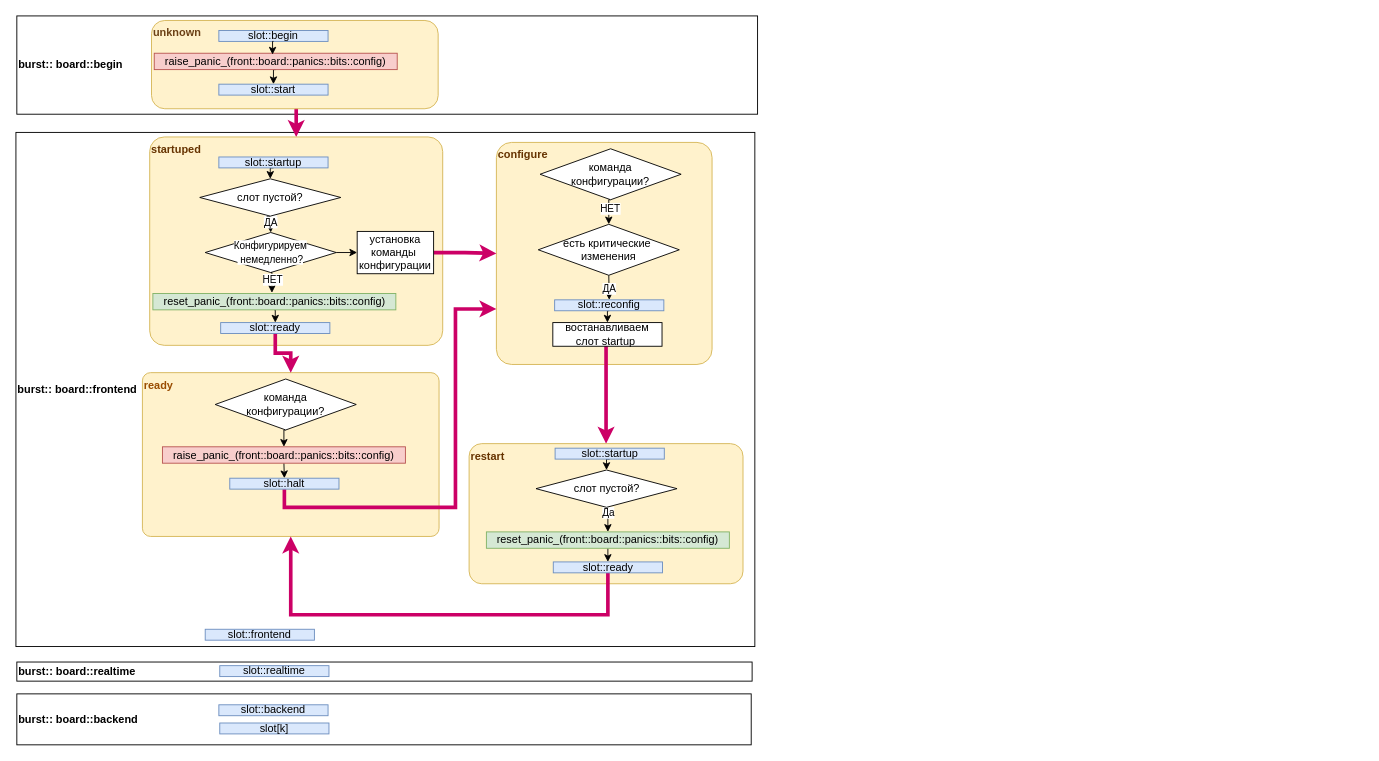
The draw.io diagram content/doc/burst/burst_statuses.drawio in roboscales/robosd-pp, before the edit. Source tidied: cells renumbered, new cells numbered last; positions are measured from the earlier drawing's top-left corner, leaving out a move shared by most shapes. Both pictures are drawn from the tidied source at 91%, with x=0, y=0 at pixel (15, 15).
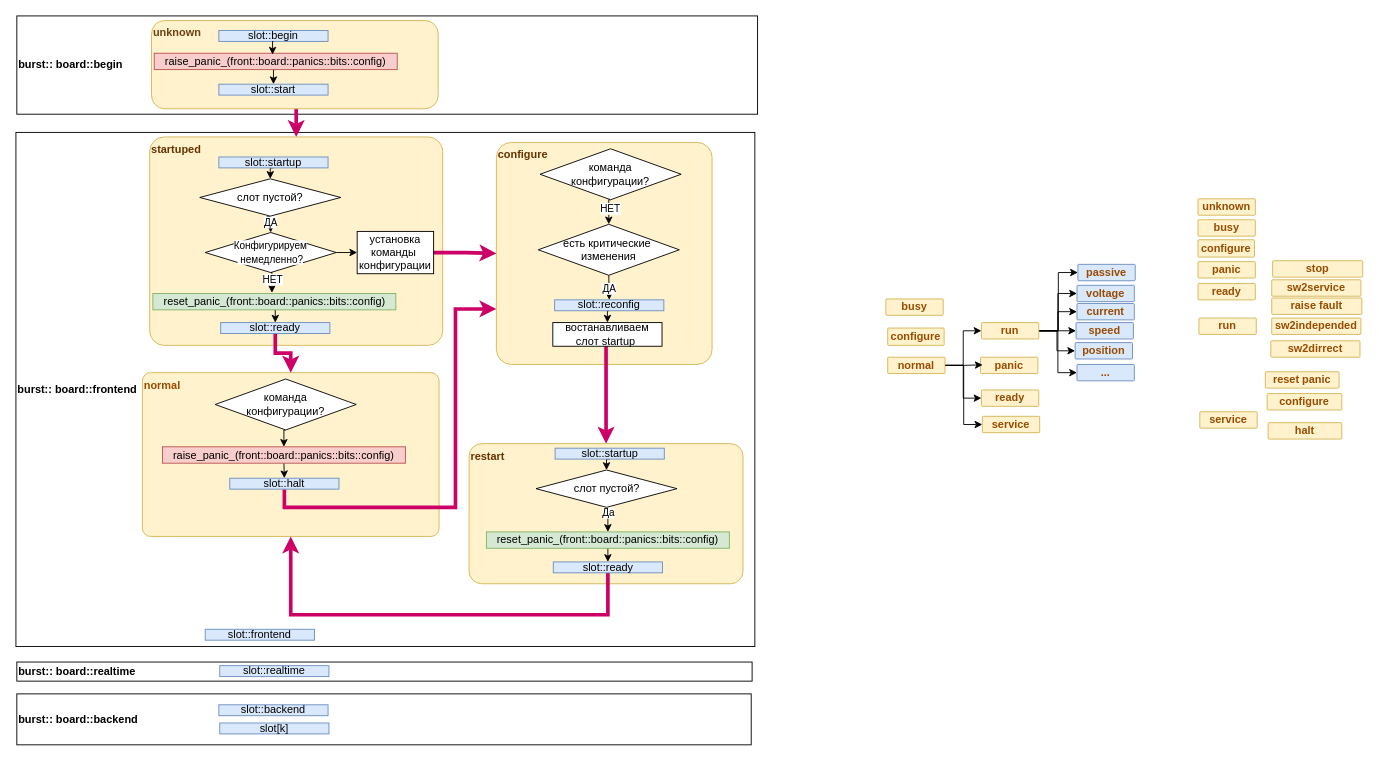
The same diagram, later.

Change to the diagram source:
```diff
@@
-    <mxCell id="20" value="&lt;b&gt;&lt;font style=&quot;color: rgb(153, 76, 0);&quot;&gt;ready&lt;/font&gt;&lt;/b&gt;" style="rounded=1;whiteSpace=wrap;html=1;align=left;verticalAlign=top;fillColor=#fff2cc;strokeColor=#d6b656;arcSize=5;" parent="1" vertex="1">
+    <mxCell id="20" value="&lt;b style=&quot;text-align: center;&quot;&gt;&lt;font style=&quot;color: rgb(153, 76, 0);&quot;&gt;normal&lt;/font&gt;&lt;/b&gt;" style="rounded=1;whiteSpace=wrap;html=1;align=left;verticalAlign=top;fillColor=#fff2cc;strokeColor=#d6b656;arcSize=5;" parent="1" vertex="1">
       <mxGeometry x="139" y="392" width="326" height="180" as="geometry" />
     </mxCell>
@@
+    <mxCell id="62" style="edgeStyle=orthogonalEdgeStyle;rounded=0;jettySize=auto;html=1;exitX=1;exitY=0.5;exitDx=0;exitDy=0;entryX=0;entryY=0.5;entryDx=0;entryDy=0;" parent="1" edge="1" source="65" target="75">
+      <mxGeometry relative="1" as="geometry" />
+    </mxCell>
+    <mxCell id="63" style="edgeStyle=orthogonalEdgeStyle;rounded=0;jettySize=auto;html=1;exitX=1;exitY=0.5;exitDx=0;exitDy=0;entryX=0;entryY=0.5;entryDx=0;entryDy=0;" parent="1" edge="1" source="65" target="88">
+      <mxGeometry relative="1" as="geometry" />
+    </mxCell>
+    <mxCell id="64" style="edgeStyle=orthogonalEdgeStyle;rounded=0;jettySize=auto;html=1;exitX=1;exitY=0.5;exitDx=0;exitDy=0;entryX=0;entryY=0.5;entryDx=0;entryDy=0;" parent="1" edge="1" source="65" target="84">
+      <mxGeometry relative="1" as="geometry" />
+    </mxCell>
+    <mxCell id="65" value="&lt;b&gt;&lt;font style=&quot;color: rgb(153, 76, 0);&quot;&gt;normal&lt;/font&gt;&lt;/b&gt;" style="rounded=1;whiteSpace=wrap;html=1;align=center;verticalAlign=middle;fillColor=#fff2cc;strokeColor=#d6b656;arcSize=5;" parent="1" vertex="1">
+      <mxGeometry x="958" y="375" width="63" height="18" as="geometry" />
+    </mxCell>
+    <mxCell id="66" value="&lt;b&gt;&lt;font style=&quot;color: rgb(153, 76, 0);&quot;&gt;configure&lt;/font&gt;&lt;/b&gt;" style="rounded=1;whiteSpace=wrap;html=1;align=center;verticalAlign=middle;fillColor=#fff2cc;strokeColor=#d6b656;arcSize=5;" parent="1" vertex="1">
+      <mxGeometry x="958" y="343" width="62" height="19" as="geometry" />
+    </mxCell>
+    <mxCell id="67" value="&lt;b&gt;&lt;font style=&quot;color: rgb(153, 76, 0);&quot;&gt;busy&lt;/font&gt;&lt;/b&gt;" style="rounded=1;whiteSpace=wrap;html=1;align=center;verticalAlign=middle;fillColor=#fff2cc;strokeColor=#d6b656;arcSize=5;" parent="1" vertex="1">
+      <mxGeometry x="956" y="311" width="63" height="18" as="geometry" />
+    </mxCell>
+    <mxCell id="68" value="&lt;b&gt;&lt;font style=&quot;color: rgb(153, 76, 0);&quot;&gt;panic&lt;/font&gt;&lt;/b&gt;" style="rounded=1;whiteSpace=wrap;html=1;align=center;verticalAlign=middle;fillColor=#fff2cc;strokeColor=#d6b656;arcSize=5;" parent="1" vertex="1">
+      <mxGeometry x="1060" y="375" width="63" height="18" as="geometry" />
+    </mxCell>
+    <mxCell id="69" style="edgeStyle=orthogonalEdgeStyle;rounded=0;jettySize=auto;html=1;exitX=1;exitY=0.5;exitDx=0;exitDy=0;entryX=0;entryY=0.5;entryDx=0;entryDy=0;" parent="1" edge="1" source="75" target="77">
+      <mxGeometry relative="1" as="geometry" />
+    </mxCell>
+    <mxCell id="70" style="edgeStyle=orthogonalEdgeStyle;rounded=0;jettySize=auto;html=1;exitX=1;exitY=0.5;exitDx=0;exitDy=0;entryX=0;entryY=0.5;entryDx=0;entryDy=0;" parent="1" edge="1" source="75" target="78">
+      <mxGeometry relative="1" as="geometry" />
+    </mxCell>
+    <mxCell id="71" style="edgeStyle=orthogonalEdgeStyle;rounded=0;jettySize=auto;html=1;exitX=1;exitY=0.5;exitDx=0;exitDy=0;entryX=0;entryY=0.5;entryDx=0;entryDy=0;" parent="1" edge="1" source="75" target="79">
+      <mxGeometry relative="1" as="geometry" />
+    </mxCell>
+    <mxCell id="72" style="edgeStyle=orthogonalEdgeStyle;rounded=0;jettySize=auto;html=1;exitX=1;exitY=0.5;exitDx=0;exitDy=0;entryX=0;entryY=0.5;entryDx=0;entryDy=0;" parent="1" edge="1" source="75" target="80">
+      <mxGeometry relative="1" as="geometry" />
+    </mxCell>
+    <mxCell id="73" style="edgeStyle=orthogonalEdgeStyle;rounded=0;jettySize=auto;html=1;exitX=1;exitY=0.5;exitDx=0;exitDy=0;entryX=0;entryY=0.5;entryDx=0;entryDy=0;" parent="1" edge="1" source="75" target="81">
+      <mxGeometry relative="1" as="geometry" />
+    </mxCell>
+    <mxCell id="74" style="edgeStyle=orthogonalEdgeStyle;rounded=0;jettySize=auto;html=1;exitX=1;exitY=0.5;exitDx=0;exitDy=0;entryX=0;entryY=0.5;entryDx=0;entryDy=0;" parent="1" edge="1" source="75" target="83">
+      <mxGeometry relative="1" as="geometry" />
+    </mxCell>
+    <mxCell id="75" value="&lt;b&gt;&lt;font style=&quot;color: rgb(153, 76, 0);&quot;&gt;run&lt;/font&gt;&lt;/b&gt;" style="rounded=1;whiteSpace=wrap;html=1;align=center;verticalAlign=middle;fillColor=#fff2cc;strokeColor=#d6b656;arcSize=5;" parent="1" vertex="1">
+      <mxGeometry x="1061" y="337" width="63" height="18" as="geometry" />
+    </mxCell>
+    <mxCell id="76" style="edgeStyle=orthogonalEdgeStyle;rounded=0;jettySize=auto;html=1;exitX=1;exitY=0.5;exitDx=0;exitDy=0;entryX=0.038;entryY=0.469;entryDx=0;entryDy=0;entryPerimeter=0;" parent="1" edge="1" source="65" target="68">
+      <mxGeometry relative="1" as="geometry" />
+    </mxCell>
+    <mxCell id="77" value="&lt;b&gt;&lt;font style=&quot;color: rgb(153, 76, 0);&quot;&gt;voltage&lt;/font&gt;&lt;/b&gt;" style="rounded=1;whiteSpace=wrap;html=1;align=center;verticalAlign=middle;fillColor=#dae8fc;strokeColor=#6c8ebf;arcSize=5;" parent="1" vertex="1">
+      <mxGeometry x="1166" y="296" width="63" height="18" as="geometry" />
+    </mxCell>
+    <mxCell id="78" value="&lt;b&gt;&lt;font style=&quot;color: rgb(153, 76, 0);&quot;&gt;current&lt;/font&gt;&lt;/b&gt;" style="rounded=1;whiteSpace=wrap;html=1;align=center;verticalAlign=middle;fillColor=#dae8fc;strokeColor=#6c8ebf;arcSize=5;" parent="1" vertex="1">
+      <mxGeometry x="1166" y="316" width="63" height="18" as="geometry" />
+    </mxCell>
+    <mxCell id="79" value="&lt;b&gt;&lt;font style=&quot;color: rgb(153, 76, 0);&quot;&gt;speed&lt;/font&gt;&lt;/b&gt;" style="rounded=1;whiteSpace=wrap;html=1;align=center;verticalAlign=middle;fillColor=#dae8fc;strokeColor=#6c8ebf;arcSize=5;" parent="1" vertex="1">
+      <mxGeometry x="1165" y="337" width="63" height="18" as="geometry" />
+    </mxCell>
+    <mxCell id="80" value="&lt;b&gt;&lt;font style=&quot;color: rgb(153, 76, 0);&quot;&gt;position&lt;/font&gt;&lt;/b&gt;" style="rounded=1;whiteSpace=wrap;html=1;align=center;verticalAlign=middle;fillColor=#dae8fc;strokeColor=#6c8ebf;arcSize=5;" parent="1" vertex="1">
+      <mxGeometry x="1164" y="359" width="63" height="18" as="geometry" />
+    </mxCell>
+    <mxCell id="81" value="&lt;b&gt;&lt;font style=&quot;color: rgb(153, 76, 0);&quot;&gt;...&lt;/font&gt;&lt;/b&gt;" style="rounded=1;whiteSpace=wrap;html=1;align=center;verticalAlign=middle;fillColor=#dae8fc;strokeColor=#6c8ebf;arcSize=5;" parent="1" vertex="1">
+      <mxGeometry x="1166" y="383" width="63" height="18" as="geometry" />
+    </mxCell>
+    <mxCell id="82" value="&lt;b&gt;&lt;font style=&quot;color: rgb(153, 76, 0);&quot;&gt;configure&lt;/font&gt;&lt;/b&gt;" style="rounded=1;whiteSpace=wrap;html=1;align=center;verticalAlign=middle;fillColor=#fff2cc;strokeColor=#d6b656;arcSize=5;" parent="1" vertex="1">
+      <mxGeometry x="1375" y="415" width="82" height="18" as="geometry" />
+    </mxCell>
+    <mxCell id="83" value="&lt;font color=&quot;#994c00&quot;&gt;&lt;b&gt;passive&lt;/b&gt;&lt;/font&gt;" style="rounded=1;whiteSpace=wrap;html=1;align=center;verticalAlign=middle;fillColor=#dae8fc;strokeColor=#6c8ebf;arcSize=5;" parent="1" vertex="1">
+      <mxGeometry x="1167" y="273" width="63" height="18" as="geometry" />
+    </mxCell>
+    <mxCell id="84" value="&lt;font color=&quot;#994c00&quot;&gt;&lt;b&gt;service&lt;/b&gt;&lt;/font&gt;" style="rounded=1;whiteSpace=wrap;html=1;align=center;verticalAlign=middle;fillColor=#fff2cc;strokeColor=#d6b656;arcSize=5;" parent="1" vertex="1">
+      <mxGeometry x="1062" y="440" width="63" height="18" as="geometry" />
+    </mxCell>
+    <mxCell id="85" value="&lt;font color=&quot;#994c00&quot;&gt;&lt;b&gt;sw2service&lt;/b&gt;&lt;/font&gt;" style="rounded=1;whiteSpace=wrap;html=1;align=center;verticalAlign=middle;fillColor=#fff2cc;strokeColor=#d6b656;arcSize=5;" parent="1" vertex="1">
+      <mxGeometry x="1380" y="290" width="98" height="18" as="geometry" />
+    </mxCell>
+    <mxCell id="86" value="&lt;b&gt;&lt;font style=&quot;color: rgb(153, 76, 0);&quot;&gt;stop&lt;/font&gt;&lt;/b&gt;" style="rounded=1;whiteSpace=wrap;html=1;align=center;verticalAlign=middle;fillColor=#fff2cc;strokeColor=#d6b656;arcSize=5;" parent="1" vertex="1">
+      <mxGeometry x="1381" y="269" width="99" height="18" as="geometry" />
+    </mxCell>
+    <mxCell id="87" value="&lt;b&gt;&lt;font style=&quot;color: rgb(153, 76, 0);&quot;&gt;halt&lt;/font&gt;&lt;/b&gt;" style="rounded=1;whiteSpace=wrap;html=1;align=center;verticalAlign=middle;fillColor=#fff2cc;strokeColor=#d6b656;arcSize=5;" parent="1" vertex="1">
+      <mxGeometry x="1376" y="447" width="81" height="18" as="geometry" />
+    </mxCell>
+    <mxCell id="88" value="&lt;b style=&quot;color: rgb(153, 76, 0);&quot;&gt;ready&lt;/b&gt;" style="rounded=1;whiteSpace=wrap;html=1;align=center;verticalAlign=middle;fillColor=#fff2cc;strokeColor=#d6b656;arcSize=5;" parent="1" vertex="1">
+      <mxGeometry x="1061" y="411" width="63" height="18" as="geometry" />
+    </mxCell>
+    <mxCell id="89" value="&lt;b&gt;&lt;font style=&quot;color: rgb(153, 76, 0);&quot;&gt;reset panic&lt;/font&gt;&lt;/b&gt;" style="rounded=1;whiteSpace=wrap;html=1;align=center;verticalAlign=middle;fillColor=#fff2cc;strokeColor=#d6b656;arcSize=5;" parent="1" vertex="1">
+      <mxGeometry x="1373" y="391" width="81" height="18" as="geometry" />
+    </mxCell>
+    <mxCell id="90" value="&lt;b&gt;&lt;font style=&quot;color: rgb(153, 76, 0);&quot;&gt;configure&lt;/font&gt;&lt;/b&gt;" style="rounded=1;whiteSpace=wrap;html=1;align=center;verticalAlign=middle;fillColor=#fff2cc;strokeColor=#d6b656;arcSize=5;" parent="1" vertex="1">
+      <mxGeometry x="1299" y="246" width="62" height="19" as="geometry" />
+    </mxCell>
+    <mxCell id="91" value="&lt;b&gt;&lt;font style=&quot;color: rgb(153, 76, 0);&quot;&gt;panic&lt;/font&gt;&lt;/b&gt;" style="rounded=1;whiteSpace=wrap;html=1;align=center;verticalAlign=middle;fillColor=#fff2cc;strokeColor=#d6b656;arcSize=5;" parent="1" vertex="1">
+      <mxGeometry x="1299" y="270" width="63" height="18" as="geometry" />
+    </mxCell>
+    <mxCell id="92" value="&lt;b&gt;&lt;font style=&quot;color: rgb(153, 76, 0);&quot;&gt;run&lt;/font&gt;&lt;/b&gt;" style="rounded=1;whiteSpace=wrap;html=1;align=center;verticalAlign=middle;fillColor=#fff2cc;strokeColor=#d6b656;arcSize=5;" parent="1" vertex="1">
+      <mxGeometry x="1300" y="332" width="63" height="18" as="geometry" />
+    </mxCell>
+    <mxCell id="93" value="&lt;font color=&quot;#994c00&quot;&gt;&lt;b&gt;service&lt;/b&gt;&lt;/font&gt;" style="rounded=1;whiteSpace=wrap;html=1;align=center;verticalAlign=middle;fillColor=#fff2cc;strokeColor=#d6b656;arcSize=5;" parent="1" vertex="1">
+      <mxGeometry x="1301" y="435" width="63" height="18" as="geometry" />
+    </mxCell>
+    <mxCell id="94" value="&lt;font color=&quot;#994c00&quot;&gt;&lt;b&gt;ready&lt;/b&gt;&lt;/font&gt;" style="rounded=1;whiteSpace=wrap;html=1;align=center;verticalAlign=middle;fillColor=#fff2cc;strokeColor=#d6b656;arcSize=5;" parent="1" vertex="1">
+      <mxGeometry x="1299" y="294" width="63" height="18" as="geometry" />
+    </mxCell>
+    <mxCell id="95" value="&lt;font color=&quot;#994c00&quot;&gt;&lt;b&gt;raise fault&lt;/b&gt;&lt;/font&gt;" style="rounded=1;whiteSpace=wrap;html=1;align=center;verticalAlign=middle;fillColor=#fff2cc;strokeColor=#d6b656;arcSize=5;" parent="1" vertex="1">
+      <mxGeometry x="1380" y="310" width="99" height="18" as="geometry" />
+    </mxCell>
+    <mxCell id="96" value="&lt;font color=&quot;#994c00&quot;&gt;&lt;b&gt;sw2independed&lt;/b&gt;&lt;/font&gt;" style="rounded=1;whiteSpace=wrap;html=1;align=center;verticalAlign=middle;fillColor=#fff2cc;strokeColor=#d6b656;arcSize=5;" parent="1" vertex="1">
+      <mxGeometry x="1380" y="332" width="98" height="18" as="geometry" />
+    </mxCell>
+    <mxCell id="97" value="&lt;font color=&quot;#994c00&quot;&gt;&lt;b&gt;sw2dirrect&lt;/b&gt;&lt;/font&gt;" style="rounded=1;whiteSpace=wrap;html=1;align=center;verticalAlign=middle;fillColor=#fff2cc;strokeColor=#d6b656;arcSize=5;" parent="1" vertex="1">
+      <mxGeometry x="1379" y="357" width="98" height="18" as="geometry" />
+    </mxCell>
+    <mxCell id="98" value="&lt;font color=&quot;#994c00&quot;&gt;&lt;b&gt;unknown&lt;/b&gt;&lt;/font&gt;" style="rounded=1;whiteSpace=wrap;html=1;align=center;verticalAlign=middle;fillColor=#fff2cc;strokeColor=#d6b656;arcSize=5;" parent="1" vertex="1">
+      <mxGeometry x="1299" y="201" width="63" height="18" as="geometry" />
+    </mxCell>
+    <mxCell id="99" value="&lt;font color=&quot;#994c00&quot;&gt;&lt;b&gt;busy&lt;/b&gt;&lt;/font&gt;" style="rounded=1;whiteSpace=wrap;html=1;align=center;verticalAlign=middle;fillColor=#fff2cc;strokeColor=#d6b656;arcSize=5;" parent="1" vertex="1">
+      <mxGeometry x="1299" y="224" width="63" height="18" as="geometry" />
+    </mxCell>
```
